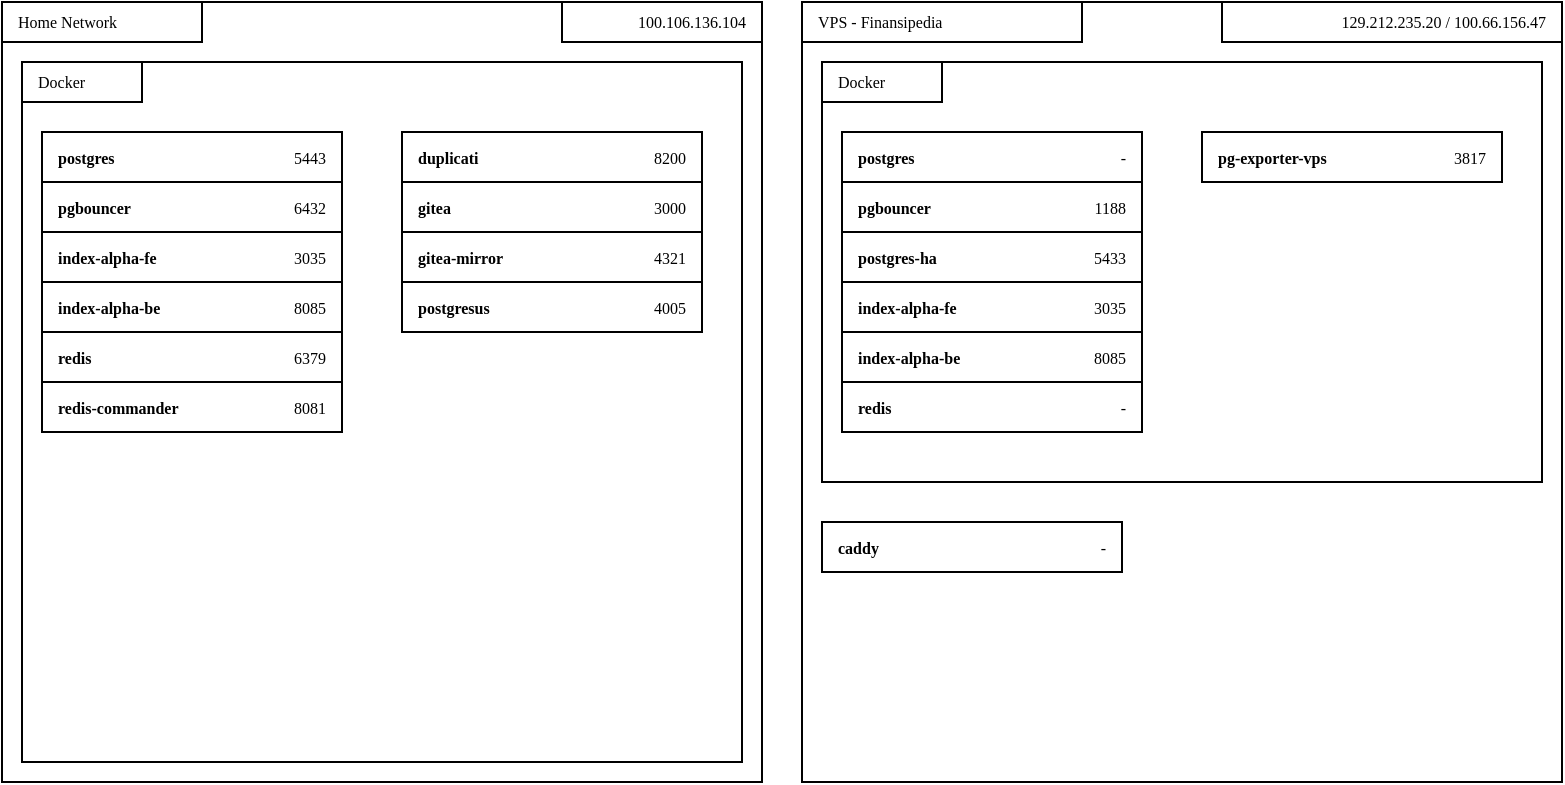
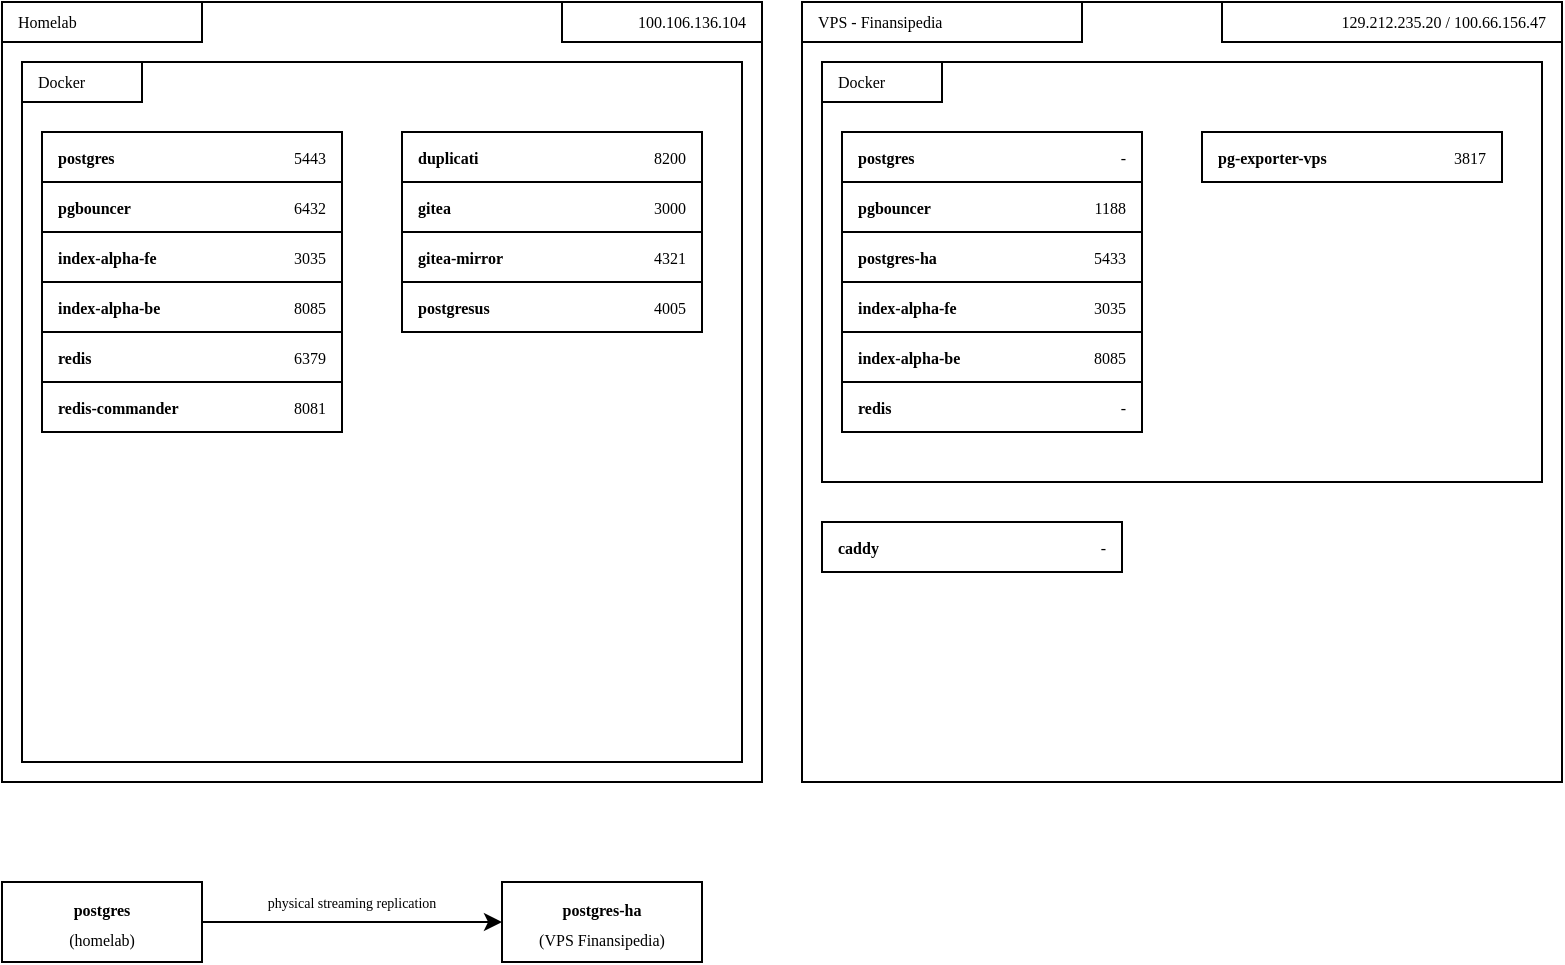
<mxfile host="app.diagrams.net">
  <diagram name="Page-1" id="EqAcxWxWpPEczBTcAObV">
-     <mxGraphModel dx="947" dy="502" grid="1" gridSize="10" guides="1" tooltips="1" connect="1" arrows="1" fold="1" page="1" pageScale="1" pageWidth="850" pageHeight="1100" math="0" shadow="0">
+     <mxGraphModel dx="654" dy="347" grid="1" gridSize="10" guides="1" tooltips="1" connect="1" arrows="1" fold="1" page="1" pageScale="1" pageWidth="850" pageHeight="1100" math="0" shadow="0">
      <root>
        <mxCell id="0" />
        <mxCell id="1" parent="0" />
        <mxCell id="tyjjsNKJ7kBHK_1WbMmb-1" parent="1" style="rounded=0;whiteSpace=wrap;html=1;" value="" vertex="1">
          <mxGeometry height="390" width="380" x="50" y="60" as="geometry" />
        </mxCell>
        <mxCell id="tyjjsNKJ7kBHK_1WbMmb-18" parent="1" style="rounded=0;whiteSpace=wrap;html=1;" value="" vertex="1">
          <mxGeometry height="350" width="360" x="60" y="90" as="geometry" />
        </mxCell>
        <mxCell id="tyjjsNKJ7kBHK_1WbMmb-3" parent="1" style="rounded=0;whiteSpace=wrap;html=1;" value="" vertex="1">
          <mxGeometry height="20" width="100" x="50" y="60" as="geometry" />
        </mxCell>
-         <mxCell id="tyjjsNKJ7kBHK_1WbMmb-2" parent="1" style="text;html=1;whiteSpace=wrap;strokeColor=none;fillColor=none;align=left;verticalAlign=middle;rounded=0;spacingLeft=6;fontFamily=Verdana;fontSize=8;" value="Home Network" vertex="1">
+         <mxCell id="tyjjsNKJ7kBHK_1WbMmb-2" parent="1" style="text;html=1;whiteSpace=wrap;strokeColor=none;fillColor=none;align=left;verticalAlign=middle;rounded=0;spacingLeft=6;fontFamily=Verdana;fontSize=8;" value="Homelab" vertex="1">
          <mxGeometry height="20" width="100" x="50" y="60" as="geometry" />
        </mxCell>
        <mxCell id="tyjjsNKJ7kBHK_1WbMmb-19" parent="1" style="rounded=0;whiteSpace=wrap;html=1;fontFamily=Verdana;fontSize=9;" value="" vertex="1">
          <mxGeometry height="20" width="60" x="60" y="90" as="geometry" />
        </mxCell>
        <mxCell id="tyjjsNKJ7kBHK_1WbMmb-20" parent="1" style="text;html=1;whiteSpace=wrap;strokeColor=none;fillColor=none;align=left;verticalAlign=middle;rounded=0;spacingLeft=6;fontFamily=Verdana;fontSize=8;" value="Docker" vertex="1">
          <mxGeometry height="20" width="50" x="60" y="90" as="geometry" />
        </mxCell>
        <mxCell id="tyjjsNKJ7kBHK_1WbMmb-28" parent="1" style="rounded=0;whiteSpace=wrap;html=1;align=right;" value="" vertex="1">
          <mxGeometry height="20" width="100" x="330" y="60" as="geometry" />
        </mxCell>
        <mxCell id="tyjjsNKJ7kBHK_1WbMmb-29" parent="1" style="text;html=1;whiteSpace=wrap;strokeColor=none;fillColor=none;align=right;verticalAlign=middle;rounded=0;spacingLeft=6;spacingRight=6;fontFamily=Verdana;fontSize=8;" value="&lt;span style=&quot;text-align: center;&quot;&gt;100.106.136.104&lt;/span&gt;" vertex="1">
          <mxGeometry height="20" width="100" x="330" y="60" as="geometry" />
        </mxCell>
        <mxCell id="tyjjsNKJ7kBHK_1WbMmb-48" connectable="0" parent="1" style="group;fontFamily=Verdana;fontSize=8;" value="" vertex="1">
          <mxGeometry height="25" width="150" x="70" y="250" as="geometry" />
        </mxCell>
        <mxCell id="tyjjsNKJ7kBHK_1WbMmb-44" parent="tyjjsNKJ7kBHK_1WbMmb-48" style="rounded=0;whiteSpace=wrap;html=1;fontFamily=Verdana;fontSize=8;" value="" vertex="1">
          <mxGeometry height="25" width="150" as="geometry" />
        </mxCell>
        <mxCell id="tyjjsNKJ7kBHK_1WbMmb-45" parent="tyjjsNKJ7kBHK_1WbMmb-48" style="text;html=1;whiteSpace=wrap;strokeColor=none;fillColor=none;align=left;verticalAlign=middle;rounded=0;fontStyle=1;spacingRight=6;spacingLeft=6;fontFamily=Verdana;fontSize=8;" value="&lt;font&gt;redis-commander&lt;/font&gt;" vertex="1">
          <mxGeometry height="20" width="100" y="2.5" as="geometry" />
        </mxCell>
        <mxCell id="tyjjsNKJ7kBHK_1WbMmb-46" parent="tyjjsNKJ7kBHK_1WbMmb-48" style="text;html=1;whiteSpace=wrap;strokeColor=none;fillColor=none;align=right;verticalAlign=middle;rounded=0;spacingRight=6;spacingLeft=6;fontFamily=Verdana;fontSize=8;" value="&lt;font&gt;8081&lt;/font&gt;" vertex="1">
          <mxGeometry height="20" width="40" x="110" y="2.5" as="geometry" />
        </mxCell>
        <mxCell id="tyjjsNKJ7kBHK_1WbMmb-49" connectable="0" parent="1" style="group;fontFamily=Verdana;fontSize=8;" value="" vertex="1">
          <mxGeometry height="25" width="150" x="70" y="225" as="geometry" />
        </mxCell>
        <mxCell id="tyjjsNKJ7kBHK_1WbMmb-41" parent="tyjjsNKJ7kBHK_1WbMmb-49" style="rounded=0;whiteSpace=wrap;html=1;fontFamily=Verdana;fontSize=8;" value="" vertex="1">
          <mxGeometry height="25" width="150" as="geometry" />
        </mxCell>
        <mxCell id="tyjjsNKJ7kBHK_1WbMmb-42" parent="tyjjsNKJ7kBHK_1WbMmb-49" style="text;html=1;whiteSpace=wrap;strokeColor=none;fillColor=none;align=left;verticalAlign=middle;rounded=0;fontStyle=1;spacingRight=6;spacingLeft=6;fontFamily=Verdana;fontSize=8;" value="&lt;font&gt;redis&lt;/font&gt;" vertex="1">
          <mxGeometry height="20" width="100" y="2.5" as="geometry" />
        </mxCell>
        <mxCell id="tyjjsNKJ7kBHK_1WbMmb-43" parent="tyjjsNKJ7kBHK_1WbMmb-49" style="text;html=1;whiteSpace=wrap;strokeColor=none;fillColor=none;align=right;verticalAlign=middle;rounded=0;spacingRight=6;spacingLeft=6;fontFamily=Verdana;fontSize=8;" value="&lt;font&gt;6379&lt;/font&gt;" vertex="1">
          <mxGeometry height="20" width="40" x="110" y="2.5" as="geometry" />
        </mxCell>
        <mxCell id="tyjjsNKJ7kBHK_1WbMmb-50" connectable="0" parent="1" style="group;fontFamily=Verdana;fontSize=8;" value="" vertex="1">
          <mxGeometry height="25" width="150" x="70" y="200" as="geometry" />
        </mxCell>
        <mxCell id="tyjjsNKJ7kBHK_1WbMmb-38" parent="tyjjsNKJ7kBHK_1WbMmb-50" style="rounded=0;whiteSpace=wrap;html=1;fontFamily=Verdana;fontSize=8;" value="" vertex="1">
          <mxGeometry height="25" width="150" as="geometry" />
        </mxCell>
        <mxCell id="tyjjsNKJ7kBHK_1WbMmb-39" parent="tyjjsNKJ7kBHK_1WbMmb-50" style="text;html=1;whiteSpace=wrap;strokeColor=none;fillColor=none;align=left;verticalAlign=middle;rounded=0;fontStyle=1;spacingRight=6;spacingLeft=6;fontFamily=Verdana;fontSize=8;" value="&lt;font&gt;index-alpha-be&lt;/font&gt;" vertex="1">
          <mxGeometry height="20" width="100" y="2.5" as="geometry" />
        </mxCell>
        <mxCell id="tyjjsNKJ7kBHK_1WbMmb-40" parent="tyjjsNKJ7kBHK_1WbMmb-50" style="text;html=1;whiteSpace=wrap;strokeColor=none;fillColor=none;align=right;verticalAlign=middle;rounded=0;spacingRight=6;spacingLeft=6;fontFamily=Verdana;fontSize=8;" value="&lt;font&gt;8085&lt;/font&gt;" vertex="1">
          <mxGeometry height="20" width="40" x="110" y="2.5" as="geometry" />
        </mxCell>
        <mxCell id="tyjjsNKJ7kBHK_1WbMmb-51" connectable="0" parent="1" style="group;fontFamily=Verdana;fontSize=8;" value="" vertex="1">
          <mxGeometry height="25" width="150" x="70" y="175" as="geometry" />
        </mxCell>
        <mxCell id="tyjjsNKJ7kBHK_1WbMmb-35" parent="tyjjsNKJ7kBHK_1WbMmb-51" style="rounded=0;whiteSpace=wrap;html=1;fontFamily=Verdana;fontSize=8;" value="" vertex="1">
          <mxGeometry height="25" width="150" as="geometry" />
        </mxCell>
        <mxCell id="tyjjsNKJ7kBHK_1WbMmb-36" parent="tyjjsNKJ7kBHK_1WbMmb-51" style="text;html=1;whiteSpace=wrap;strokeColor=none;fillColor=none;align=left;verticalAlign=middle;rounded=0;fontStyle=1;spacingRight=6;spacingLeft=6;fontFamily=Verdana;fontSize=8;" value="&lt;font&gt;index-alpha-fe&lt;/font&gt;" vertex="1">
          <mxGeometry height="20" width="100" y="2.5" as="geometry" />
        </mxCell>
        <mxCell id="tyjjsNKJ7kBHK_1WbMmb-37" parent="tyjjsNKJ7kBHK_1WbMmb-51" style="text;html=1;whiteSpace=wrap;strokeColor=none;fillColor=none;align=right;verticalAlign=middle;rounded=0;spacingRight=6;spacingLeft=6;fontFamily=Verdana;fontSize=8;" value="&lt;font&gt;3035&lt;/font&gt;" vertex="1">
          <mxGeometry height="20" width="40" x="110" y="2.5" as="geometry" />
        </mxCell>
        <mxCell id="tyjjsNKJ7kBHK_1WbMmb-52" connectable="0" parent="1" style="group;fontFamily=Verdana;fontSize=8;" value="" vertex="1">
          <mxGeometry height="25" width="150" x="70" y="150" as="geometry" />
        </mxCell>
        <mxCell id="tyjjsNKJ7kBHK_1WbMmb-32" parent="tyjjsNKJ7kBHK_1WbMmb-52" style="rounded=0;whiteSpace=wrap;html=1;fontFamily=Verdana;fontSize=8;" value="" vertex="1">
          <mxGeometry height="25" width="150" as="geometry" />
        </mxCell>
        <mxCell id="tyjjsNKJ7kBHK_1WbMmb-33" parent="tyjjsNKJ7kBHK_1WbMmb-52" style="text;html=1;whiteSpace=wrap;strokeColor=none;fillColor=none;align=left;verticalAlign=middle;rounded=0;fontStyle=1;spacingRight=6;spacingLeft=6;fontFamily=Verdana;fontSize=8;" value="&lt;font&gt;pgbouncer&lt;/font&gt;" vertex="1">
          <mxGeometry height="20" width="100" y="2.5" as="geometry" />
        </mxCell>
        <mxCell id="tyjjsNKJ7kBHK_1WbMmb-34" parent="tyjjsNKJ7kBHK_1WbMmb-52" style="text;html=1;whiteSpace=wrap;strokeColor=none;fillColor=none;align=right;verticalAlign=middle;rounded=0;spacingRight=6;spacingLeft=6;fontFamily=Verdana;fontSize=8;" value="&lt;font&gt;6432&lt;/font&gt;" vertex="1">
          <mxGeometry height="20" width="40" x="110" y="2.5" as="geometry" />
        </mxCell>
        <mxCell id="tyjjsNKJ7kBHK_1WbMmb-53" connectable="0" parent="1" style="group;fontFamily=Verdana;fontSize=8;" value="" vertex="1">
          <mxGeometry height="25" width="150" x="70" y="125" as="geometry" />
        </mxCell>
        <mxCell id="tyjjsNKJ7kBHK_1WbMmb-5" parent="tyjjsNKJ7kBHK_1WbMmb-53" style="rounded=0;whiteSpace=wrap;html=1;fontFamily=Verdana;fontSize=8;" value="" vertex="1">
          <mxGeometry height="25" width="150" as="geometry" />
        </mxCell>
        <mxCell id="tyjjsNKJ7kBHK_1WbMmb-6" parent="tyjjsNKJ7kBHK_1WbMmb-53" style="text;html=1;whiteSpace=wrap;strokeColor=none;fillColor=none;align=left;verticalAlign=middle;rounded=0;fontStyle=1;spacingRight=6;spacingLeft=6;fontFamily=Verdana;fontSize=8;" value="&lt;font&gt;postgres&lt;/font&gt;" vertex="1">
          <mxGeometry height="20" width="100" y="2.5" as="geometry" />
        </mxCell>
        <mxCell id="tyjjsNKJ7kBHK_1WbMmb-7" parent="tyjjsNKJ7kBHK_1WbMmb-53" style="text;html=1;whiteSpace=wrap;strokeColor=none;fillColor=none;align=right;verticalAlign=middle;rounded=0;spacingRight=6;spacingLeft=6;fontFamily=Verdana;fontSize=8;" value="&lt;font&gt;5443&lt;/font&gt;" vertex="1">
          <mxGeometry height="20" width="40" x="110" y="2.5" as="geometry" />
        </mxCell>
        <mxCell id="tyjjsNKJ7kBHK_1WbMmb-54" connectable="0" parent="1" style="group;fontFamily=Verdana;fontSize=8;" value="" vertex="1">
          <mxGeometry height="25" width="150" x="250" y="125" as="geometry" />
        </mxCell>
        <mxCell id="tyjjsNKJ7kBHK_1WbMmb-55" parent="tyjjsNKJ7kBHK_1WbMmb-54" style="rounded=0;whiteSpace=wrap;html=1;fontFamily=Verdana;fontSize=8;" value="" vertex="1">
          <mxGeometry height="25" width="150" as="geometry" />
        </mxCell>
        <mxCell id="tyjjsNKJ7kBHK_1WbMmb-56" parent="tyjjsNKJ7kBHK_1WbMmb-54" style="text;html=1;whiteSpace=wrap;strokeColor=none;fillColor=none;align=left;verticalAlign=middle;rounded=0;fontStyle=1;spacingRight=6;spacingLeft=6;fontFamily=Verdana;fontSize=8;" value="&lt;font&gt;duplicati&lt;/font&gt;" vertex="1">
          <mxGeometry height="20" width="100" y="2.5" as="geometry" />
        </mxCell>
        <mxCell id="tyjjsNKJ7kBHK_1WbMmb-57" parent="tyjjsNKJ7kBHK_1WbMmb-54" style="text;html=1;whiteSpace=wrap;strokeColor=none;fillColor=none;align=right;verticalAlign=middle;rounded=0;spacingRight=6;spacingLeft=6;fontFamily=Verdana;fontSize=8;" value="&lt;font&gt;8200&lt;/font&gt;" vertex="1">
          <mxGeometry height="20" width="40" x="110" y="2.5" as="geometry" />
        </mxCell>
        <mxCell id="tyjjsNKJ7kBHK_1WbMmb-58" connectable="0" parent="1" style="group;fontFamily=Verdana;fontSize=8;" value="" vertex="1">
          <mxGeometry height="25" width="150" x="250" y="150" as="geometry" />
        </mxCell>
        <mxCell id="tyjjsNKJ7kBHK_1WbMmb-59" parent="tyjjsNKJ7kBHK_1WbMmb-58" style="rounded=0;whiteSpace=wrap;html=1;fontFamily=Verdana;fontSize=8;" value="" vertex="1">
          <mxGeometry height="25" width="150" as="geometry" />
        </mxCell>
        <mxCell id="tyjjsNKJ7kBHK_1WbMmb-60" parent="tyjjsNKJ7kBHK_1WbMmb-58" style="text;html=1;whiteSpace=wrap;strokeColor=none;fillColor=none;align=left;verticalAlign=middle;rounded=0;fontStyle=1;spacingRight=6;spacingLeft=6;fontFamily=Verdana;fontSize=8;" value="&lt;font&gt;gitea&lt;/font&gt;" vertex="1">
          <mxGeometry height="20" width="100" y="2.5" as="geometry" />
        </mxCell>
        <mxCell id="tyjjsNKJ7kBHK_1WbMmb-61" parent="tyjjsNKJ7kBHK_1WbMmb-58" style="text;html=1;whiteSpace=wrap;strokeColor=none;fillColor=none;align=right;verticalAlign=middle;rounded=0;spacingRight=6;spacingLeft=6;fontFamily=Verdana;fontSize=8;" value="&lt;font&gt;3000&lt;/font&gt;" vertex="1">
          <mxGeometry height="20" width="40" x="110" y="2.5" as="geometry" />
        </mxCell>
        <mxCell id="tyjjsNKJ7kBHK_1WbMmb-62" connectable="0" parent="1" style="group;fontFamily=Verdana;fontSize=8;" value="" vertex="1">
          <mxGeometry height="25" width="150" x="250" y="175" as="geometry" />
        </mxCell>
        <mxCell id="tyjjsNKJ7kBHK_1WbMmb-63" parent="tyjjsNKJ7kBHK_1WbMmb-62" style="rounded=0;whiteSpace=wrap;html=1;fontFamily=Verdana;fontSize=8;" value="" vertex="1">
          <mxGeometry height="25" width="150" as="geometry" />
        </mxCell>
        <mxCell id="tyjjsNKJ7kBHK_1WbMmb-64" parent="tyjjsNKJ7kBHK_1WbMmb-62" style="text;html=1;whiteSpace=wrap;strokeColor=none;fillColor=none;align=left;verticalAlign=middle;rounded=0;fontStyle=1;spacingRight=6;spacingLeft=6;fontFamily=Verdana;fontSize=8;" value="&lt;div&gt;&lt;span&gt;gitea-mirror&lt;/span&gt;&lt;/div&gt;" vertex="1">
          <mxGeometry height="20" width="100" y="2.5" as="geometry" />
        </mxCell>
        <mxCell id="tyjjsNKJ7kBHK_1WbMmb-65" parent="tyjjsNKJ7kBHK_1WbMmb-62" style="text;html=1;whiteSpace=wrap;strokeColor=none;fillColor=none;align=right;verticalAlign=middle;rounded=0;spacingRight=6;spacingLeft=6;fontFamily=Verdana;fontSize=8;" value="&lt;font&gt;4321&lt;/font&gt;" vertex="1">
          <mxGeometry height="20" width="40" x="110" y="2.5" as="geometry" />
        </mxCell>
        <mxCell id="tyjjsNKJ7kBHK_1WbMmb-66" connectable="0" parent="1" style="group;fontFamily=Verdana;fontSize=8;" value="" vertex="1">
          <mxGeometry height="25" width="150" x="250" y="200" as="geometry" />
        </mxCell>
        <mxCell id="tyjjsNKJ7kBHK_1WbMmb-67" parent="tyjjsNKJ7kBHK_1WbMmb-66" style="rounded=0;whiteSpace=wrap;html=1;fontFamily=Verdana;fontSize=8;" value="" vertex="1">
          <mxGeometry height="25" width="150" as="geometry" />
        </mxCell>
        <mxCell id="tyjjsNKJ7kBHK_1WbMmb-68" parent="tyjjsNKJ7kBHK_1WbMmb-66" style="text;html=1;whiteSpace=wrap;strokeColor=none;fillColor=none;align=left;verticalAlign=middle;rounded=0;fontStyle=1;spacingRight=6;spacingLeft=6;fontFamily=Verdana;fontSize=8;" value="&lt;div&gt;&lt;span&gt;postgresus&lt;/span&gt;&lt;/div&gt;" vertex="1">
          <mxGeometry height="20" width="100" y="2.5" as="geometry" />
        </mxCell>
        <mxCell id="tyjjsNKJ7kBHK_1WbMmb-69" parent="tyjjsNKJ7kBHK_1WbMmb-66" style="text;html=1;whiteSpace=wrap;strokeColor=none;fillColor=none;align=right;verticalAlign=middle;rounded=0;spacingRight=6;spacingLeft=6;fontFamily=Verdana;fontSize=8;" value="&lt;font&gt;4005&lt;/font&gt;" vertex="1">
          <mxGeometry height="20" width="40" x="110" y="2.5" as="geometry" />
        </mxCell>
        <mxCell id="tyjjsNKJ7kBHK_1WbMmb-70" parent="1" style="rounded=0;whiteSpace=wrap;html=1;" value="" vertex="1">
          <mxGeometry height="390" width="380" x="450" y="60" as="geometry" />
        </mxCell>
        <mxCell id="tyjjsNKJ7kBHK_1WbMmb-71" parent="1" style="rounded=0;whiteSpace=wrap;html=1;" value="" vertex="1">
          <mxGeometry height="210" width="360" x="460" y="90" as="geometry" />
        </mxCell>
        <mxCell id="tyjjsNKJ7kBHK_1WbMmb-72" parent="1" style="rounded=0;whiteSpace=wrap;html=1;" value="" vertex="1">
          <mxGeometry height="20" width="140" x="450" y="60" as="geometry" />
        </mxCell>
        <mxCell id="tyjjsNKJ7kBHK_1WbMmb-73" parent="1" style="text;html=1;whiteSpace=wrap;strokeColor=none;fillColor=none;align=left;verticalAlign=middle;rounded=0;spacingLeft=6;fontFamily=Verdana;fontSize=8;" value="VPS - Finansipedia" vertex="1">
          <mxGeometry height="20" width="130" x="450" y="60" as="geometry" />
        </mxCell>
        <mxCell id="tyjjsNKJ7kBHK_1WbMmb-74" parent="1" style="rounded=0;whiteSpace=wrap;html=1;fontFamily=Verdana;fontSize=9;" value="" vertex="1">
          <mxGeometry height="20" width="60" x="460" y="90" as="geometry" />
        </mxCell>
        <mxCell id="tyjjsNKJ7kBHK_1WbMmb-75" parent="1" style="text;html=1;whiteSpace=wrap;strokeColor=none;fillColor=none;align=left;verticalAlign=middle;rounded=0;spacingLeft=6;fontFamily=Verdana;fontSize=8;" value="Docker" vertex="1">
          <mxGeometry height="20" width="50" x="460" y="90" as="geometry" />
        </mxCell>
        <mxCell id="tyjjsNKJ7kBHK_1WbMmb-76" parent="1" style="rounded=0;whiteSpace=wrap;html=1;align=right;" value="" vertex="1">
          <mxGeometry height="20" width="170" x="660" y="60" as="geometry" />
        </mxCell>
        <mxCell id="tyjjsNKJ7kBHK_1WbMmb-77" parent="1" style="text;html=1;whiteSpace=wrap;strokeColor=none;fillColor=none;align=right;verticalAlign=middle;rounded=0;spacingLeft=6;spacingRight=6;fontFamily=Verdana;fontSize=8;" value="&lt;div style=&quot;text-align: center;&quot;&gt;&lt;span style=&quot;background-color: transparent;&quot;&gt;129.212.235.20 /&amp;nbsp;&lt;/span&gt;&lt;span style=&quot;background-color: transparent; text-align: right;&quot;&gt;100.66.156.47&lt;/span&gt;&lt;/div&gt;" vertex="1">
          <mxGeometry height="20" width="160" x="670" y="60" as="geometry" />
        </mxCell>
        <mxCell id="tyjjsNKJ7kBHK_1WbMmb-82" connectable="0" parent="1" style="group;fontFamily=Verdana;fontSize=8;" value="" vertex="1">
          <mxGeometry height="25" width="150" x="470" y="250" as="geometry" />
        </mxCell>
        <mxCell id="tyjjsNKJ7kBHK_1WbMmb-83" parent="tyjjsNKJ7kBHK_1WbMmb-82" style="rounded=0;whiteSpace=wrap;html=1;fontFamily=Verdana;fontSize=8;" value="" vertex="1">
          <mxGeometry height="25" width="150" as="geometry" />
        </mxCell>
        <mxCell id="tyjjsNKJ7kBHK_1WbMmb-84" parent="tyjjsNKJ7kBHK_1WbMmb-82" style="text;html=1;whiteSpace=wrap;strokeColor=none;fillColor=none;align=left;verticalAlign=middle;rounded=0;fontStyle=1;spacingRight=6;spacingLeft=6;fontFamily=Verdana;fontSize=8;" value="&lt;font&gt;redis&lt;/font&gt;" vertex="1">
          <mxGeometry height="20" width="100" y="2.5" as="geometry" />
        </mxCell>
        <mxCell id="tyjjsNKJ7kBHK_1WbMmb-85" parent="tyjjsNKJ7kBHK_1WbMmb-82" style="text;html=1;whiteSpace=wrap;strokeColor=none;fillColor=none;align=right;verticalAlign=middle;rounded=0;spacingRight=6;spacingLeft=6;fontFamily=Verdana;fontSize=8;" value="&lt;font&gt;-&lt;/font&gt;" vertex="1">
          <mxGeometry height="20" width="40" x="110" y="2.5" as="geometry" />
        </mxCell>
        <mxCell id="tyjjsNKJ7kBHK_1WbMmb-86" connectable="0" parent="1" style="group;fontFamily=Verdana;fontSize=8;" value="" vertex="1">
          <mxGeometry height="25" width="150" x="470" y="225" as="geometry" />
        </mxCell>
        <mxCell id="tyjjsNKJ7kBHK_1WbMmb-87" parent="tyjjsNKJ7kBHK_1WbMmb-86" style="rounded=0;whiteSpace=wrap;html=1;fontFamily=Verdana;fontSize=8;" value="" vertex="1">
          <mxGeometry height="25" width="150" as="geometry" />
        </mxCell>
        <mxCell id="tyjjsNKJ7kBHK_1WbMmb-88" parent="tyjjsNKJ7kBHK_1WbMmb-86" style="text;html=1;whiteSpace=wrap;strokeColor=none;fillColor=none;align=left;verticalAlign=middle;rounded=0;fontStyle=1;spacingRight=6;spacingLeft=6;fontFamily=Verdana;fontSize=8;" value="&lt;font&gt;index-alpha-be&lt;/font&gt;" vertex="1">
          <mxGeometry height="20" width="100" y="2.5" as="geometry" />
        </mxCell>
        <mxCell id="tyjjsNKJ7kBHK_1WbMmb-89" parent="tyjjsNKJ7kBHK_1WbMmb-86" style="text;html=1;whiteSpace=wrap;strokeColor=none;fillColor=none;align=right;verticalAlign=middle;rounded=0;spacingRight=6;spacingLeft=6;fontFamily=Verdana;fontSize=8;" value="&lt;font&gt;8085&lt;/font&gt;" vertex="1">
          <mxGeometry height="20" width="40" x="110" y="2.5" as="geometry" />
        </mxCell>
        <mxCell id="tyjjsNKJ7kBHK_1WbMmb-90" connectable="0" parent="1" style="group;fontFamily=Verdana;fontSize=8;" value="" vertex="1">
          <mxGeometry height="25" width="150" x="470" y="200" as="geometry" />
        </mxCell>
        <mxCell id="tyjjsNKJ7kBHK_1WbMmb-91" parent="tyjjsNKJ7kBHK_1WbMmb-90" style="rounded=0;whiteSpace=wrap;html=1;fontFamily=Verdana;fontSize=8;" value="" vertex="1">
          <mxGeometry height="25" width="150" as="geometry" />
        </mxCell>
        <mxCell id="tyjjsNKJ7kBHK_1WbMmb-92" parent="tyjjsNKJ7kBHK_1WbMmb-90" style="text;html=1;whiteSpace=wrap;strokeColor=none;fillColor=none;align=left;verticalAlign=middle;rounded=0;fontStyle=1;spacingRight=6;spacingLeft=6;fontFamily=Verdana;fontSize=8;" value="&lt;font&gt;index-alpha-fe&lt;/font&gt;" vertex="1">
          <mxGeometry height="20" width="100" y="2.5" as="geometry" />
        </mxCell>
        <mxCell id="tyjjsNKJ7kBHK_1WbMmb-93" parent="tyjjsNKJ7kBHK_1WbMmb-90" style="text;html=1;whiteSpace=wrap;strokeColor=none;fillColor=none;align=right;verticalAlign=middle;rounded=0;spacingRight=6;spacingLeft=6;fontFamily=Verdana;fontSize=8;" value="&lt;font&gt;3035&lt;/font&gt;" vertex="1">
          <mxGeometry height="20" width="40" x="110" y="2.5" as="geometry" />
        </mxCell>
        <mxCell id="tyjjsNKJ7kBHK_1WbMmb-94" connectable="0" parent="1" style="group;fontFamily=Verdana;fontSize=8;" value="" vertex="1">
          <mxGeometry height="25" width="150" x="470" y="150" as="geometry" />
        </mxCell>
        <mxCell id="tyjjsNKJ7kBHK_1WbMmb-95" parent="tyjjsNKJ7kBHK_1WbMmb-94" style="rounded=0;whiteSpace=wrap;html=1;fontFamily=Verdana;fontSize=8;" value="" vertex="1">
          <mxGeometry height="25" width="150" as="geometry" />
        </mxCell>
        <mxCell id="tyjjsNKJ7kBHK_1WbMmb-96" parent="tyjjsNKJ7kBHK_1WbMmb-94" style="text;html=1;whiteSpace=wrap;strokeColor=none;fillColor=none;align=left;verticalAlign=middle;rounded=0;fontStyle=1;spacingRight=6;spacingLeft=6;fontFamily=Verdana;fontSize=8;" value="&lt;font&gt;pgbouncer&lt;/font&gt;" vertex="1">
          <mxGeometry height="20" width="100" y="2.5" as="geometry" />
        </mxCell>
        <mxCell id="tyjjsNKJ7kBHK_1WbMmb-97" parent="tyjjsNKJ7kBHK_1WbMmb-94" style="text;html=1;whiteSpace=wrap;strokeColor=none;fillColor=none;align=right;verticalAlign=middle;rounded=0;spacingRight=6;spacingLeft=6;fontFamily=Verdana;fontSize=8;" value="&lt;font&gt;1188&lt;/font&gt;" vertex="1">
          <mxGeometry height="20" width="40" x="110" y="2.5" as="geometry" />
        </mxCell>
        <mxCell id="tyjjsNKJ7kBHK_1WbMmb-98" connectable="0" parent="1" style="group;fontFamily=Verdana;fontSize=8;" value="" vertex="1">
          <mxGeometry height="25" width="150" x="470" y="125" as="geometry" />
        </mxCell>
        <mxCell id="tyjjsNKJ7kBHK_1WbMmb-99" parent="tyjjsNKJ7kBHK_1WbMmb-98" style="rounded=0;whiteSpace=wrap;html=1;fontFamily=Verdana;fontSize=8;" value="" vertex="1">
          <mxGeometry height="25" width="150" as="geometry" />
        </mxCell>
        <mxCell id="tyjjsNKJ7kBHK_1WbMmb-100" parent="tyjjsNKJ7kBHK_1WbMmb-98" style="text;html=1;whiteSpace=wrap;strokeColor=none;fillColor=none;align=left;verticalAlign=middle;rounded=0;fontStyle=1;spacingRight=6;spacingLeft=6;fontFamily=Verdana;fontSize=8;" value="&lt;font&gt;postgres&lt;/font&gt;" vertex="1">
          <mxGeometry height="20" width="100" y="2.5" as="geometry" />
        </mxCell>
        <mxCell id="tyjjsNKJ7kBHK_1WbMmb-101" parent="tyjjsNKJ7kBHK_1WbMmb-98" style="text;html=1;whiteSpace=wrap;strokeColor=none;fillColor=none;align=right;verticalAlign=middle;rounded=0;spacingRight=6;spacingLeft=6;fontFamily=Verdana;fontSize=8;" value="&lt;font&gt;-&lt;/font&gt;" vertex="1">
          <mxGeometry height="20" width="40" x="110" y="2.5" as="geometry" />
        </mxCell>
        <mxCell id="tyjjsNKJ7kBHK_1WbMmb-102" connectable="0" parent="1" style="group;fontFamily=Verdana;fontSize=8;" value="" vertex="1">
          <mxGeometry height="25" width="150" x="650" y="125" as="geometry" />
        </mxCell>
        <mxCell id="tyjjsNKJ7kBHK_1WbMmb-103" parent="tyjjsNKJ7kBHK_1WbMmb-102" style="rounded=0;whiteSpace=wrap;html=1;fontFamily=Verdana;fontSize=8;" value="" vertex="1">
          <mxGeometry height="25" width="150" as="geometry" />
        </mxCell>
        <mxCell id="tyjjsNKJ7kBHK_1WbMmb-104" parent="tyjjsNKJ7kBHK_1WbMmb-102" style="text;html=1;whiteSpace=wrap;strokeColor=none;fillColor=none;align=left;verticalAlign=middle;rounded=0;fontStyle=1;spacingRight=6;spacingLeft=6;fontFamily=Verdana;fontSize=8;" value="&lt;font&gt;pg-exporter-vps&lt;/font&gt;" vertex="1">
          <mxGeometry height="20" width="100" y="2.5" as="geometry" />
        </mxCell>
        <mxCell id="tyjjsNKJ7kBHK_1WbMmb-105" parent="tyjjsNKJ7kBHK_1WbMmb-102" style="text;html=1;whiteSpace=wrap;strokeColor=none;fillColor=none;align=right;verticalAlign=middle;rounded=0;spacingRight=6;spacingLeft=6;fontFamily=Verdana;fontSize=8;" value="&lt;font&gt;3817&lt;/font&gt;" vertex="1">
          <mxGeometry height="20" width="40" x="110" y="2.5" as="geometry" />
        </mxCell>
        <mxCell id="tyjjsNKJ7kBHK_1WbMmb-118" connectable="0" parent="1" style="group;fontFamily=Verdana;fontSize=8;" value="" vertex="1">
          <mxGeometry height="25" width="150" x="470" y="175" as="geometry" />
        </mxCell>
        <mxCell id="tyjjsNKJ7kBHK_1WbMmb-119" parent="tyjjsNKJ7kBHK_1WbMmb-118" style="rounded=0;whiteSpace=wrap;html=1;fontFamily=Verdana;fontSize=8;" value="" vertex="1">
          <mxGeometry height="25" width="150" as="geometry" />
        </mxCell>
        <mxCell id="tyjjsNKJ7kBHK_1WbMmb-120" parent="tyjjsNKJ7kBHK_1WbMmb-118" style="text;html=1;whiteSpace=wrap;strokeColor=none;fillColor=none;align=left;verticalAlign=middle;rounded=0;fontStyle=1;spacingRight=6;spacingLeft=6;fontFamily=Verdana;fontSize=8;" value="&lt;font&gt;postgres-ha&lt;/font&gt;" vertex="1">
          <mxGeometry height="20" width="100" y="2.5" as="geometry" />
        </mxCell>
        <mxCell id="tyjjsNKJ7kBHK_1WbMmb-121" parent="tyjjsNKJ7kBHK_1WbMmb-118" style="text;html=1;whiteSpace=wrap;strokeColor=none;fillColor=none;align=right;verticalAlign=middle;rounded=0;spacingRight=6;spacingLeft=6;fontFamily=Verdana;fontSize=8;" value="5433" vertex="1">
          <mxGeometry height="20" width="40" x="110" y="2.5" as="geometry" />
        </mxCell>
        <mxCell id="tyjjsNKJ7kBHK_1WbMmb-124" connectable="0" parent="1" style="group;fontFamily=Verdana;fontSize=8;" value="" vertex="1">
          <mxGeometry height="25" width="150" x="460" y="320" as="geometry" />
        </mxCell>
        <mxCell id="tyjjsNKJ7kBHK_1WbMmb-125" parent="tyjjsNKJ7kBHK_1WbMmb-124" style="rounded=0;whiteSpace=wrap;html=1;fontFamily=Verdana;fontSize=8;" value="" vertex="1">
          <mxGeometry height="25" width="150" as="geometry" />
        </mxCell>
        <mxCell id="tyjjsNKJ7kBHK_1WbMmb-126" parent="tyjjsNKJ7kBHK_1WbMmb-124" style="text;html=1;whiteSpace=wrap;strokeColor=none;fillColor=none;align=left;verticalAlign=middle;rounded=0;fontStyle=1;spacingRight=6;spacingLeft=6;fontFamily=Verdana;fontSize=8;" value="caddy" vertex="1">
          <mxGeometry height="20" width="100" y="2.5" as="geometry" />
        </mxCell>
        <mxCell id="tyjjsNKJ7kBHK_1WbMmb-127" parent="tyjjsNKJ7kBHK_1WbMmb-124" style="text;html=1;whiteSpace=wrap;strokeColor=none;fillColor=none;align=right;verticalAlign=middle;rounded=0;spacingRight=6;spacingLeft=6;fontFamily=Verdana;fontSize=8;" value="&lt;font&gt;-&lt;/font&gt;" vertex="1">
          <mxGeometry height="20" width="40" x="110" y="2.5" as="geometry" />
+         </mxCell>
+         <mxCell id="Tit254uEpL4SJPk85VVh-12" edge="1" parent="1" source="Tit254uEpL4SJPk85VVh-8" style="edgeStyle=orthogonalEdgeStyle;rounded=0;orthogonalLoop=1;jettySize=auto;html=1;" target="Tit254uEpL4SJPk85VVh-11">
+           <mxGeometry relative="1" as="geometry" />
+         </mxCell>
+         <mxCell id="Tit254uEpL4SJPk85VVh-8" parent="1" style="rounded=0;whiteSpace=wrap;html=1;" value="&lt;span style=&quot;font-family: Verdana; font-size: 8px; font-weight: 700; text-align: left;&quot;&gt;postgres &lt;br&gt;&lt;/span&gt;&lt;span style=&quot;font-family: Verdana; font-size: 8px; text-align: left;&quot;&gt;(homelab)&lt;/span&gt;" vertex="1">
+           <mxGeometry height="40" width="100" x="50" y="500" as="geometry" />
+         </mxCell>
+         <mxCell id="Tit254uEpL4SJPk85VVh-10" parent="1" style="text;whiteSpace=wrap;fontFamily=Verdana;fontSize=7;align=center;" value="physical streaming replication" vertex="1">
+           <mxGeometry height="20" width="150" x="150" y="500" as="geometry" />
+         </mxCell>
+         <mxCell id="Tit254uEpL4SJPk85VVh-11" parent="1" style="rounded=0;whiteSpace=wrap;html=1;" value="&lt;span style=&quot;font-family: Verdana; font-size: 8px; font-weight: 700; text-align: left;&quot;&gt;postgres-ha&lt;br&gt;&lt;/span&gt;&lt;span style=&quot;font-family: Verdana; font-size: 8px; text-align: left;&quot;&gt;(VPS Finansipedia)&lt;/span&gt;" vertex="1">
+           <mxGeometry height="40" width="100" x="300" y="500" as="geometry" />
        </mxCell>
      </root>
    </mxGraphModel>
  </diagram>
</mxfile>
